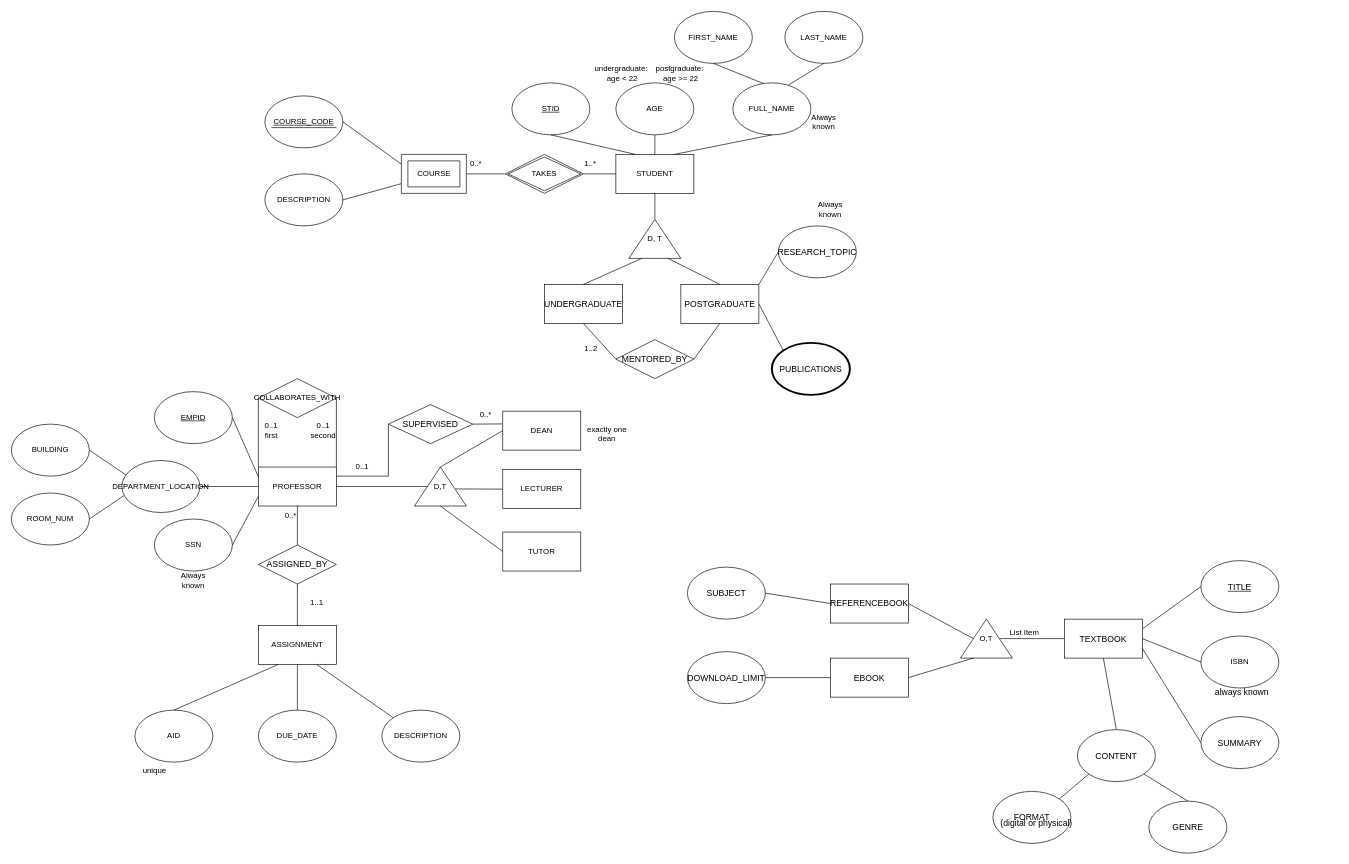
Before: DM-HW1_Janis & Cuihuan.drawio in us-ja/Data_Management, a draw.io diagram. Source tidied: cells renumbered, new cells numbered last; positions are measured from the earlier drawing's top-left corner, leaving out a move shared by most shapes. Both pictures are drawn from the tidied source at 65%, with x=0, y=0 at pixel (11, 11).
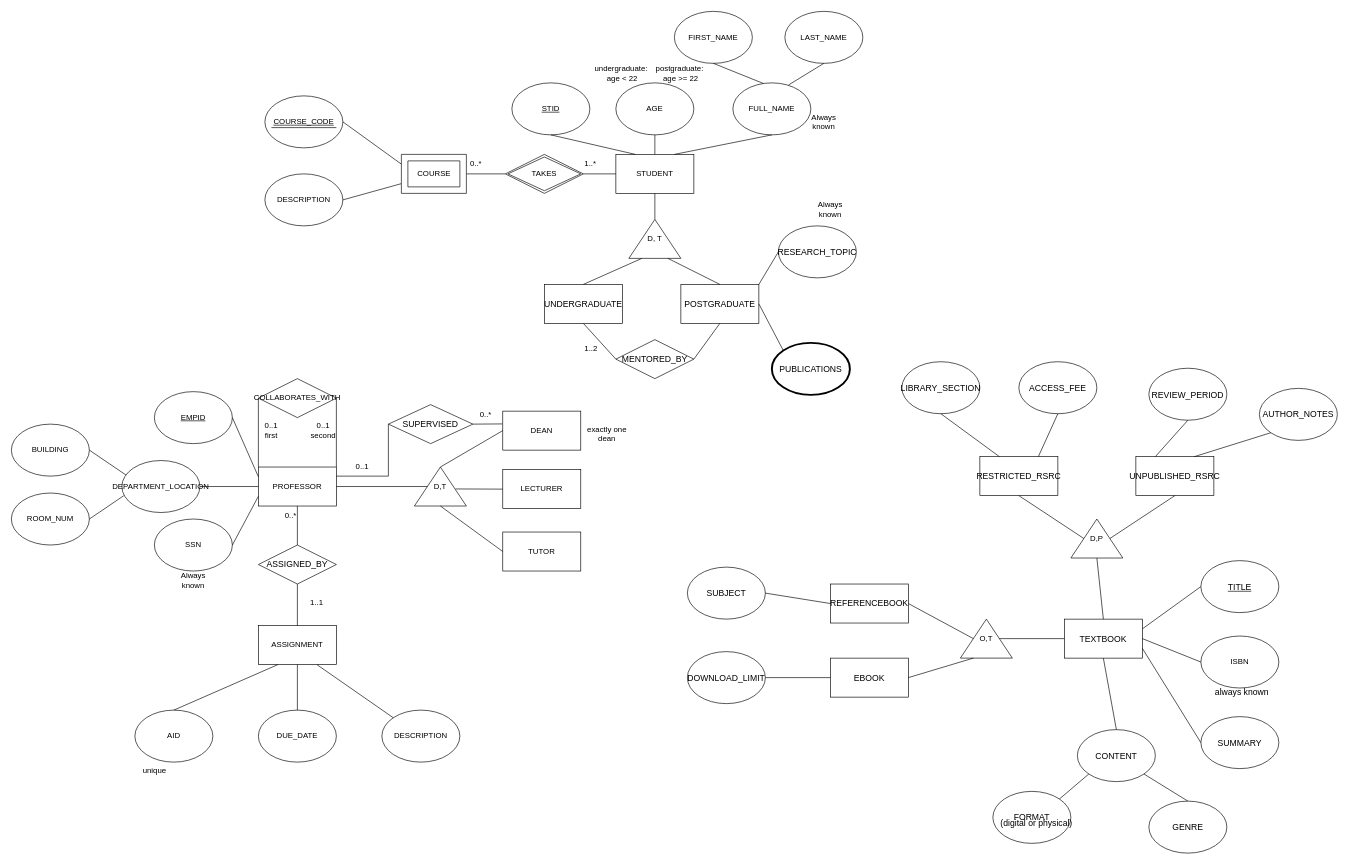
Above is the later version.

Unchanged cells that the change refers to:
```xml
<mxCell id="84" value="&lt;div style=&quot;text-align: start;&quot;&gt;&lt;span style=&quot;font-size: 9.96264pt; font-family: LMRoman10-Regular;&quot;&gt;TEXTBOOK&lt;/span&gt;&lt;/div&gt;" style="rounded=0;whiteSpace=wrap;html=1;" parent="1" vertex="1">
  <mxGeometry x="1620" y="935" width="120" height="60" as="geometry" />
</mxCell>
```

Change to the diagram source:
```diff
@@
-    <mxCell id="112" value="List Item" style="text;strokeColor=none;fillColor=none;align=left;verticalAlign=middle;spacingLeft=4;spacingRight=4;overflow=hidden;whiteSpace=wrap;html=1;" parent="1" vertex="1">
-      <mxGeometry x="1530" y="941" width="80" height="30" as="geometry" />
-    </mxCell>
+    <mxCell id="114" value="&lt;div style=&quot;text-align: start;&quot;&gt;&lt;span style=&quot;font-size: 9.96264pt; font-family: LMRoman10-Regular;&quot;&gt;RESTRICTED_RSRC&lt;/span&gt;&lt;/div&gt;" style="rounded=0;whiteSpace=wrap;html=1;" parent="1" vertex="1">
+      <mxGeometry x="1490" y="685" width="120" height="60" as="geometry" />
+    </mxCell>
+    <mxCell id="115" value="&lt;div style=&quot;caret-color: rgb(0, 0, 0); color: rgb(0, 0, 0); font-style: normal; font-variant-caps: normal; font-weight: 400; letter-spacing: normal; orphans: auto; text-align: start; text-indent: 0px; text-transform: none; white-space: normal; widows: auto; word-spacing: 0px; -webkit-text-stroke-width: 0px; text-decoration: none;&quot;&gt;&lt;span style=&quot;font-size: 9.96264pt; font-family: LMRoman10-Regular; color: rgb(0, 0, 0);&quot;&gt;UNPUBLISHED_RSRC&lt;/span&gt;&lt;/div&gt;" style="rounded=0;whiteSpace=wrap;html=1;" parent="1" vertex="1">
+      <mxGeometry x="1730" y="685" width="120" height="60" as="geometry" />
+    </mxCell>
+    <mxCell id="116" value="D,P" style="triangle;whiteSpace=wrap;html=1;direction=north;" parent="1" vertex="1">
+      <mxGeometry x="1630" y="781" width="80" height="60" as="geometry" />
+    </mxCell>
+    <mxCell id="117" value="&lt;div style=&quot;caret-color: rgb(0, 0, 0); color: rgb(0, 0, 0); font-style: normal; font-variant-caps: normal; font-weight: 400; letter-spacing: normal; orphans: auto; text-align: start; text-indent: 0px; text-transform: none; white-space: normal; widows: auto; word-spacing: 0px; -webkit-text-stroke-width: 0px; text-decoration: none;&quot;&gt;&lt;span style=&quot;font-size: 9.96264pt; font-family: LMRoman10-Regular; color: rgb(0, 0, 0);&quot;&gt;LIBRARY_SECTION&lt;/span&gt;&lt;/div&gt;" style="ellipse;whiteSpace=wrap;html=1;" parent="1" vertex="1">
+      <mxGeometry x="1370" y="539" width="120" height="80" as="geometry" />
+    </mxCell>
+    <mxCell id="118" value="&lt;div style=&quot;caret-color: rgb(0, 0, 0); color: rgb(0, 0, 0); font-style: normal; font-variant-caps: normal; font-weight: 400; letter-spacing: normal; orphans: auto; text-align: start; text-indent: 0px; text-transform: none; white-space: normal; widows: auto; word-spacing: 0px; -webkit-text-stroke-width: 0px; text-decoration: none;&quot;&gt;&lt;span style=&quot;font-size: 9.96264pt; font-family: LMRoman10-Regular; color: rgb(0, 0, 0);&quot;&gt;ACCESS_FEE&lt;/span&gt;&lt;/div&gt;" style="ellipse;whiteSpace=wrap;html=1;" parent="1" vertex="1">
+      <mxGeometry x="1550" y="539" width="120" height="80" as="geometry" />
+    </mxCell>
+    <mxCell id="119" value="&lt;div style=&quot;caret-color: rgb(0, 0, 0); color: rgb(0, 0, 0); font-style: normal; font-variant-caps: normal; font-weight: 400; letter-spacing: normal; orphans: auto; text-align: start; text-indent: 0px; text-transform: none; white-space: normal; widows: auto; word-spacing: 0px; -webkit-text-stroke-width: 0px; text-decoration: none;&quot;&gt;&lt;span style=&quot;font-size: 12pt; font-family: STSong; color: rgb(0, 0, 0);&quot;&gt;&lt;/span&gt;&lt;span style=&quot;font-size: 9.96264pt; font-family: LMRoman10-Regular; color: rgb(0, 0, 0);&quot;&gt;REVIEW_PERIOD&lt;/span&gt;&lt;/div&gt;" style="ellipse;whiteSpace=wrap;html=1;" parent="1" vertex="1">
+      <mxGeometry x="1750" y="549" width="120" height="80" as="geometry" />
+    </mxCell>
+    <mxCell id="120" value="&lt;div style=&quot;caret-color: rgb(0, 0, 0); color: rgb(0, 0, 0); font-style: normal; font-variant-caps: normal; font-weight: 400; letter-spacing: normal; orphans: auto; text-align: start; text-indent: 0px; text-transform: none; white-space: normal; widows: auto; word-spacing: 0px; -webkit-text-stroke-width: 0px; text-decoration: none;&quot;&gt;&lt;span style=&quot;font-size: 9.96264pt; font-family: LMRoman10-Regular; color: rgb(0, 0, 0);&quot;&gt;AUTHOR_NOTES&lt;/span&gt;&lt;/div&gt;" style="ellipse;whiteSpace=wrap;html=1;" parent="1" vertex="1">
+      <mxGeometry x="1920" y="580" width="120" height="80" as="geometry" />
+    </mxCell>
+    <mxCell id="121" style="endArrow=none;html=1;rounded=0;exitX=0.5;exitY=0;exitDx=0;exitDy=0;entryX=0;entryY=0.5;entryDx=0;entryDy=0;" parent="1" edge="1" source="84" target="116">
+      <mxGeometry relative="1" as="geometry" />
+    </mxCell>
+    <mxCell id="122" style="endArrow=none;html=1;rounded=0;exitX=0.5;exitY=0;exitDx=0;exitDy=0;entryX=0.5;entryY=1;entryDx=0;entryDy=0;" parent="1" edge="1" source="116" target="114">
+      <mxGeometry relative="1" as="geometry" />
+    </mxCell>
+    <mxCell id="123" style="endArrow=none;html=1;rounded=0;exitX=0.5;exitY=1;exitDx=0;exitDy=0;entryX=0.5;entryY=1;entryDx=0;entryDy=0;" parent="1" edge="1" source="116" target="115">
+      <mxGeometry relative="1" as="geometry" />
+    </mxCell>
+    <mxCell id="124" style="endArrow=none;html=1;rounded=0;exitX=0.5;exitY=1;exitDx=0;exitDy=0;entryX=0.25;entryY=0;entryDx=0;entryDy=0;" parent="1" edge="1" source="117" target="114">
+      <mxGeometry relative="1" as="geometry" />
+    </mxCell>
+    <mxCell id="125" style="endArrow=none;html=1;rounded=0;exitX=0.75;exitY=0;exitDx=0;exitDy=0;entryX=0.5;entryY=1;entryDx=0;entryDy=0;" parent="1" edge="1" source="114" target="118">
+      <mxGeometry relative="1" as="geometry" />
+    </mxCell>
+    <mxCell id="126" style="endArrow=none;html=1;rounded=0;exitX=0.25;exitY=0;exitDx=0;exitDy=0;entryX=0.5;entryY=1;entryDx=0;entryDy=0;" parent="1" edge="1" source="115" target="119">
+      <mxGeometry relative="1" as="geometry" />
+    </mxCell>
+    <mxCell id="127" style="endArrow=none;html=1;rounded=0;exitX=0.75;exitY=0;exitDx=0;exitDy=0;entryX=0;entryY=1;entryDx=0;entryDy=0;" parent="1" edge="1" source="115" target="120">
+      <mxGeometry relative="1" as="geometry" />
+    </mxCell>
```
